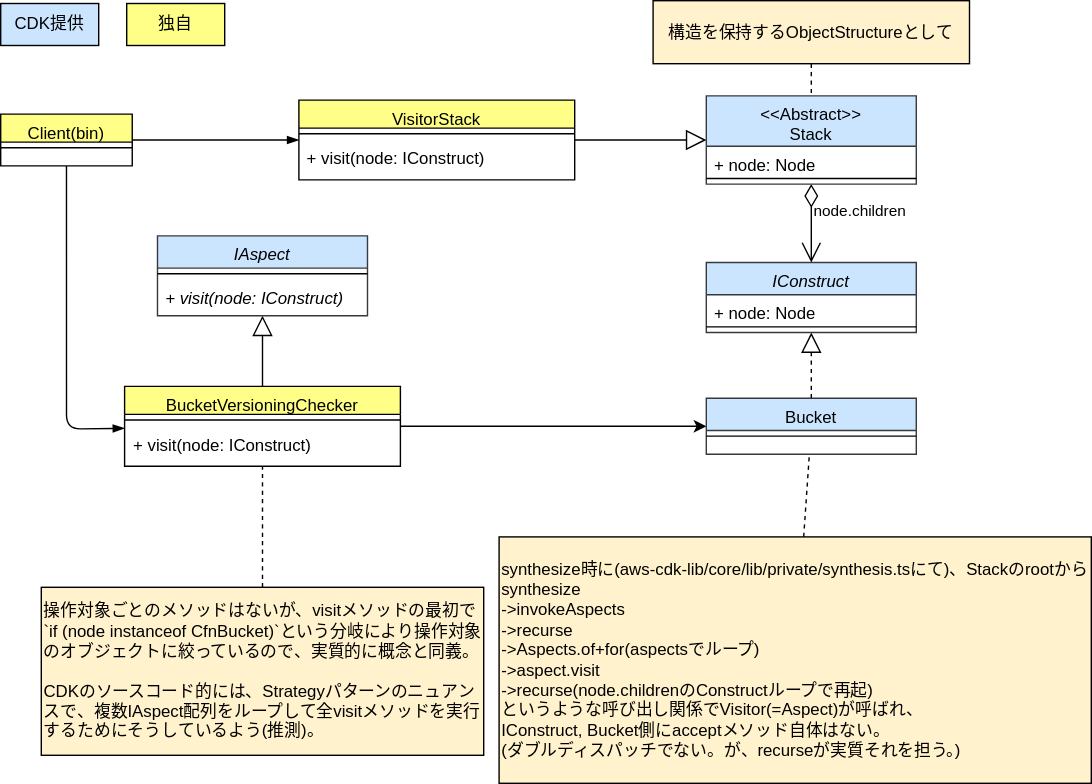
Before: drawio/visitor/visitor-cdk-simplified.drawio.svg, a diagram exported from draw.io (go-to-k/cdk-gof-design-pattern). Source tidied: cells renumbered, new cells last; positions are measured from the earlier drawing's top-left corner, leaving out a move shared by most shapes.
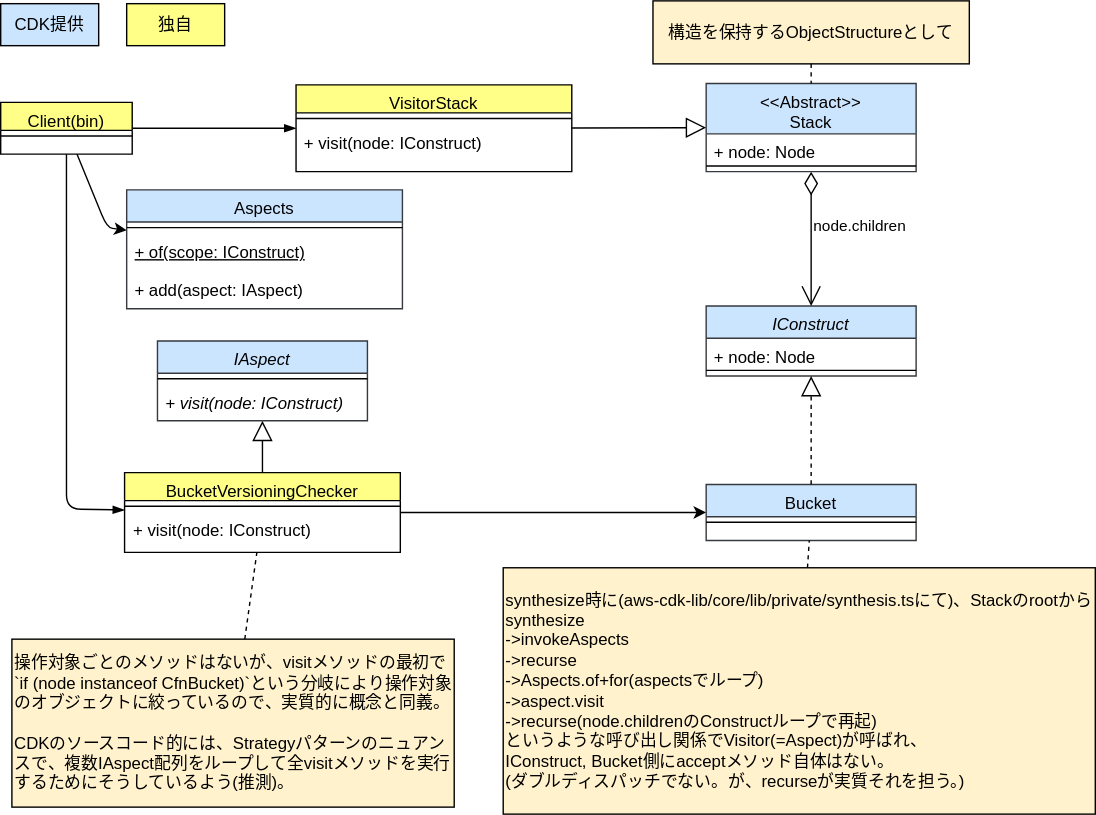
After the commit.

Commit message:
update visitor diagrams

What changed in the source:
```diff
@@ -12,7 +12,7 @@
       <mxGeometry relative="1" as="geometry" />
     </mxCell>
     <mxCell id="5" value="BucketVersioningChecker" style="swimlane;fontStyle=0;align=center;verticalAlign=top;horizontal=1;startSize=20;rounded=0;shadow=0;strokeWidth=1;fillColor=#ffff88;strokeColor=#000000;fontColor=#000000;" parent="1" vertex="1">
-      <mxGeometry x="88.5" y="275.5" width="197" height="57" as="geometry" />
+      <mxGeometry x="88.5" y="337" width="197" height="57" as="geometry" />
     </mxCell>
     <mxCell id="6" style="line;html=1;strokeWidth=1;align=left;verticalAlign=middle;spacingTop=-1;spacingLeft=3;spacingRight=3;labelPosition=right;fontColor=#000000;strokeColor=#000000;" parent="5" vertex="1">
       <mxGeometry y="20" width="197" height="8" as="geometry" />
@@ -24,7 +24,7 @@
       <mxGeometry relative="1" as="geometry" />
     </mxCell>
     <mxCell id="9" value="IAspect" style="swimlane;fontStyle=2;align=center;verticalAlign=top;horizontal=1;startSize=23;rounded=0;shadow=0;strokeWidth=1;fillColor=#cce5ff;strokeColor=#36393d;fontColor=#000000;" parent="1" vertex="1">
-      <mxGeometry x="112" y="168" width="150" height="57" as="geometry" />
+      <mxGeometry x="112" y="243" width="150" height="57" as="geometry" />
     </mxCell>
     <mxCell id="10" style="line;html=1;strokeWidth=1;align=left;verticalAlign=middle;spacingTop=-1;spacingLeft=3;spacingRight=3;labelPosition=right;fontColor=#000000;strokeColor=#000000;" parent="9" vertex="1">
       <mxGeometry y="23" width="150" height="8" as="geometry" />
@@ -33,13 +33,13 @@
       <mxGeometry y="31" width="150" height="19" as="geometry" />
     </mxCell>
     <mxCell id="12" value="Bucket" style="swimlane;fontStyle=0;align=center;verticalAlign=top;horizontal=1;startSize=23;rounded=0;shadow=0;strokeWidth=1;fillColor=#cce5ff;strokeColor=#36393d;fontColor=#000000;" parent="1" vertex="1">
-      <mxGeometry x="504" y="284" width="150" height="40" as="geometry" />
+      <mxGeometry x="504" y="345.5" width="150" height="40" as="geometry" />
     </mxCell>
     <mxCell id="13" style="line;html=1;strokeWidth=1;align=left;verticalAlign=middle;spacingTop=-1;spacingLeft=3;spacingRight=3;labelPosition=right;fontColor=#000000;strokeColor=#000000;" parent="12" vertex="1">
       <mxGeometry y="23" width="150" height="8" as="geometry" />
     </mxCell>
     <mxCell id="14" value="IConstruct" style="swimlane;fontStyle=2;align=center;verticalAlign=top;horizontal=1;startSize=23;rounded=0;shadow=0;strokeWidth=1;fillColor=#cce5ff;strokeColor=#36393d;fontColor=#000000;" parent="1" vertex="1">
-      <mxGeometry x="504" y="187" width="150" height="50" as="geometry" />
+      <mxGeometry x="504" y="218" width="150" height="50" as="geometry" />
     </mxCell>
     <mxCell id="15" value="+&amp;nbsp;node: Node" style="text;strokeColor=none;fillColor=none;align=left;verticalAlign=top;spacingLeft=4;spacingRight=4;overflow=hidden;whiteSpace=wrap;html=1;fontColor=#000000;" parent="14" vertex="1">
       <mxGeometry y="23" width="150" height="19" as="geometry" />
@@ -54,19 +54,19 @@
       <mxGeometry relative="1" as="geometry" />
     </mxCell>
     <mxCell id="19" value="操作対象ごとのメソッドはないが、visitメソッドの最初で`if (node instanceof CfnBucket)`という分岐により操作対象のオブジェクトに絞っているので、実質的に概念と同義。&lt;br&gt;&lt;br&gt;CDKのソースコード的には、Strategyパターンのニュアンスで、複数IAspect配列をループして全visitメソッドを実行するためにそうしているよう(推測)。" style="text;html=1;strokeColor=#000000;fillColor=#fff2cc;align=left;verticalAlign=middle;whiteSpace=wrap;rounded=0;fontColor=#000000;" parent="1" vertex="1">
-      <mxGeometry x="29" y="419" width="316" height="120" as="geometry" />
+      <mxGeometry x="8" y="456" width="316" height="120" as="geometry" />
     </mxCell>
     <mxCell id="20" style="edgeStyle=none;html=1;dashed=1;strokeColor=#000000;endArrow=none;endFill=0;" parent="1" edge="1" source="21" target="12">
       <mxGeometry relative="1" as="geometry" />
     </mxCell>
     <mxCell id="21" value="synthesize時に(aws-cdk-lib/core/lib/private/synthesis.tsにて)、Stackのrootから&lt;br&gt;synthesize&lt;br&gt;-&amp;gt;invokeAspects&lt;br&gt;-&amp;gt;recurse&lt;br&gt;-&amp;gt;Aspects.of+for(aspectsでループ)&lt;br&gt;-&amp;gt;aspect.visit&lt;br&gt;-&amp;gt;recurse(node.childrenのConstructループで再起)&lt;br&gt;というような呼び出し関係でVisitor(=Aspect)が呼ばれ、&lt;br&gt;IConstruct, Bucket側にacceptメソッド自体はない。&lt;br&gt;(ダブルディスパッチでない。が、recurseが実質それを担う。)" style="text;html=1;strokeColor=#000000;fillColor=#fff2cc;align=left;verticalAlign=middle;whiteSpace=wrap;rounded=0;fontColor=#000000;" parent="1" vertex="1">
-      <mxGeometry x="356" y="383" width="423" height="176" as="geometry" />
+      <mxGeometry x="359" y="405" width="423" height="176" as="geometry" />
     </mxCell>
     <mxCell id="22" value="node.children" style="endArrow=open;html=1;endSize=12;startArrow=diamondThin;startSize=14;startFill=0;edgeStyle=orthogonalEdgeStyle;align=left;verticalAlign=bottom;rounded=0;fontColor=#000000;strokeColor=#000000;labelBackgroundColor=none;" parent="1" edge="1" source="23" target="14">
       <mxGeometry relative="1" as="geometry" />
     </mxCell>
     <mxCell id="23" value="&lt;&lt;Abstract&gt;&gt;&#10;Stack" style="swimlane;fontStyle=0;align=center;verticalAlign=top;horizontal=1;startSize=36;rounded=0;shadow=0;strokeWidth=1;fillColor=#cce5ff;strokeColor=#36393d;fontColor=#000000;" parent="1" vertex="1">
-      <mxGeometry x="504" y="68" width="150" height="63" as="geometry" />
+      <mxGeometry x="504" y="59" width="150" height="63" as="geometry" />
     </mxCell>
     <mxCell id="24" value="+&amp;nbsp;node: Node" style="text;strokeColor=none;fillColor=none;align=left;verticalAlign=top;spacingLeft=4;spacingRight=4;overflow=hidden;whiteSpace=wrap;html=1;fontColor=#000000;" parent="23" vertex="1">
       <mxGeometry y="36" width="150" height="19" as="geometry" />
@@ -75,7 +75,7 @@
       <mxGeometry y="55" width="150" height="8" as="geometry" />
     </mxCell>
     <mxCell id="26" value="VisitorStack" style="swimlane;fontStyle=0;align=center;verticalAlign=top;horizontal=1;startSize=20;rounded=0;shadow=0;strokeWidth=1;fillColor=#ffff88;strokeColor=#000000;fontColor=#000000;" parent="1" vertex="1">
-      <mxGeometry x="213" y="71" width="197" height="57" as="geometry" />
+      <mxGeometry x="211" y="60" width="197" height="62" as="geometry" />
     </mxCell>
     <mxCell id="27" style="line;html=1;strokeWidth=1;align=left;verticalAlign=middle;spacingTop=-1;spacingLeft=3;spacingRight=3;labelPosition=right;fontColor=#000000;strokeColor=#000000;" parent="26" vertex="1">
       <mxGeometry y="20" width="197" height="8" as="geometry" />
@@ -92,12 +92,12 @@
     <mxCell id="31" style="edgeStyle=none;html=1;strokeColor=#000000;endArrow=blockThin;endFill=1;" parent="1" edge="1" source="32" target="5">
       <mxGeometry relative="1" as="geometry">
         <Array as="points">
-          <mxPoint x="47" y="306" />
+          <mxPoint x="47" y="363" />
         </Array>
       </mxGeometry>
     </mxCell>
     <mxCell id="32" value="Client(bin)" style="swimlane;fontStyle=0;align=center;verticalAlign=top;horizontal=1;startSize=20;rounded=0;shadow=0;strokeWidth=1;fillColor=#ffff88;strokeColor=#000000;fontColor=#000000;" parent="1" vertex="1">
-      <mxGeometry y="81" width="94" height="37" as="geometry" />
+      <mxGeometry y="72.5" width="94" height="37" as="geometry" />
     </mxCell>
     <mxCell id="33" style="line;html=1;strokeWidth=1;align=left;verticalAlign=middle;spacingTop=-1;spacingLeft=3;spacingRight=3;labelPosition=right;fontColor=#000000;strokeColor=#000000;" parent="32" vertex="1">
       <mxGeometry y="20" width="94" height="8" as="geometry" />
@@ -108,5 +108,24 @@
     <mxCell id="35" style="edgeStyle=none;html=1;strokeColor=#000000;endArrow=none;endFill=0;dashed=1;" parent="1" edge="1" source="34" target="23">
       <mxGeometry relative="1" as="geometry" />
     </mxCell>
+    <mxCell id="36" style="edgeStyle=none;html=1;strokeColor=#000000;" parent="1" edge="1" source="32" target="37">
+      <mxGeometry relative="1" as="geometry">
+        <Array as="points">
+          <mxPoint x="76" y="162" />
+        </Array>
+      </mxGeometry>
+    </mxCell>
+    <mxCell id="37" value="Aspects" style="swimlane;fontStyle=0;align=center;verticalAlign=top;horizontal=1;startSize=23;rounded=0;shadow=0;strokeWidth=1;fillColor=#cce5ff;strokeColor=#36393d;fontColor=#000000;" parent="1" vertex="1">
+      <mxGeometry x="90" y="135" width="197" height="85" as="geometry" />
+    </mxCell>
+    <mxCell id="38" style="line;html=1;strokeWidth=1;align=left;verticalAlign=middle;spacingTop=-1;spacingLeft=3;spacingRight=3;labelPosition=right;fontColor=#000000;strokeColor=#000000;" parent="37" vertex="1">
+      <mxGeometry y="23" width="197" height="8" as="geometry" />
+    </mxCell>
+    <mxCell id="39" value="&lt;u&gt;+ of(scope: IConstruct)&lt;/u&gt;" style="text;strokeColor=none;fillColor=none;align=left;verticalAlign=top;spacingLeft=4;spacingRight=4;overflow=hidden;whiteSpace=wrap;html=1;fontColor=#000000;" parent="37" vertex="1">
+      <mxGeometry y="31" width="197" height="27" as="geometry" />
+    </mxCell>
+    <mxCell id="40" value="+ add(aspect: IAspect)" style="text;strokeColor=none;fillColor=none;align=left;verticalAlign=top;spacingLeft=4;spacingRight=4;overflow=hidden;whiteSpace=wrap;html=1;fontColor=#000000;" parent="37" vertex="1">
+      <mxGeometry y="58" width="197" height="27" as="geometry" />
+    </mxCell>
   </root>
 </mxGraphModel>
```
